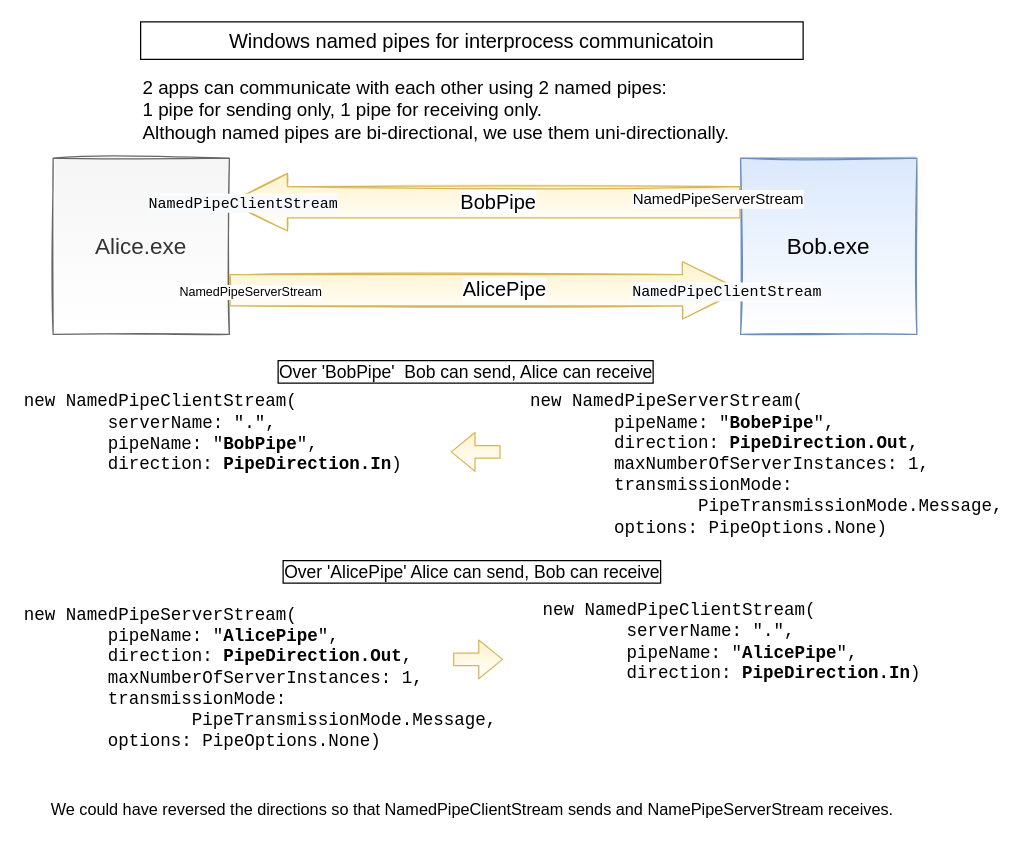
Above: docs/NamedPipes.drawio in nklkli/NamedPipes (draw.io), before the change. Source tidied: cells renumbered, new cells numbered last; positions are measured from the earlier drawing's top-left corner, leaving out a move shared by most shapes. Both pictures are drawn from the tidied source at 125%, with x=0, y=0 at pixel (21, 21).
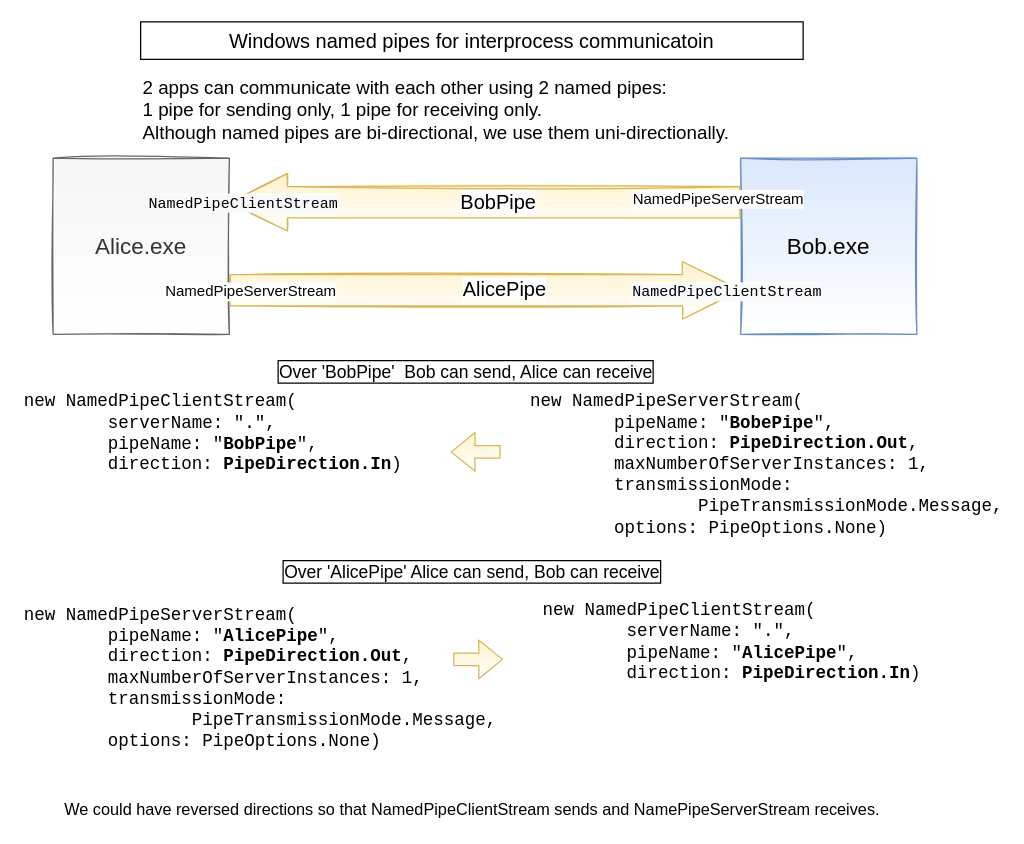
Above is the later version.

Unchanged cells that the change refers to:
```xml
<mxCell id="4" style="shape=flexArrow;endArrow=classic;html=1;rounded=1;strokeColor=#d6b656;shadow=0;fillColor=#fff2cc;gradientColor=#ffffff;exitX=1;exitY=0.75;exitDx=0;exitDy=0;sketch=1;entryX=0;entryY=0.75;entryDx=0;entryDy=0;width=25;startSize=6;endSize=15;" parent="1" edge="1" source="2" target="3">
  <mxGeometry relative="1" as="geometry" />
</mxCell>
```

Diff of the diagram source:
```diff
@@
-    <mxCell id="6" value="NamedPipeServerStream" style="edgeLabel;html=1;align=center;verticalAlign=middle;fontSize=10;" parent="4" vertex="1">
+    <mxCell id="6" value="NamedPipeServerStream" style="edgeLabel;html=1;align=center;verticalAlign=middle;fontSize=12;" parent="4" vertex="1">
       <mxGeometry x="-0.92" y="-1" relative="1" as="geometry" />
     </mxCell>
@@
-    <mxCell id="22" value="We could have reversed the directions so that NamedPipeClientStream sends and NamePipeServerStream receives." style="text;html=1;align=center;verticalAlign=middle;strokeColor=none;fillColor=none;fontSize=13;" parent="1" vertex="1">
-      <mxGeometry x="15" y="620" width="690" height="20" as="geometry" />
+    <mxCell id="22" value="We could have reversed directions so that NamedPipeClientStream sends and NamePipeServerStream receives." style="text;html=1;align=center;verticalAlign=middle;strokeColor=none;fillColor=none;fontSize=13;" parent="1" vertex="1">
+      <mxGeometry x="25" y="620" width="670" height="20" as="geometry" />
     </mxCell>
```
